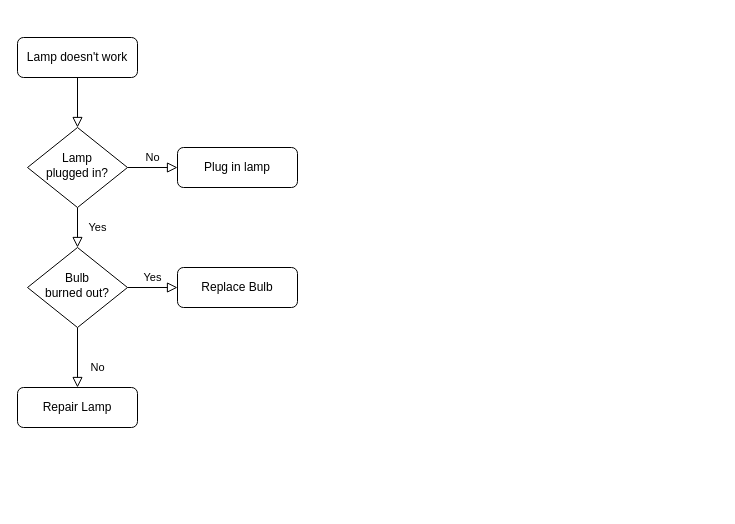
Before: lua51.drawio in wgy8283335/goluar, a draw.io diagram. Source tidied: cells renumbered, new cells numbered last; positions are measured from the earlier drawing's top-left corner, leaving out a move shared by most shapes. Both pictures are drawn from the tidied source at 100%, with x=0, y=0 at pixel (17, 37).
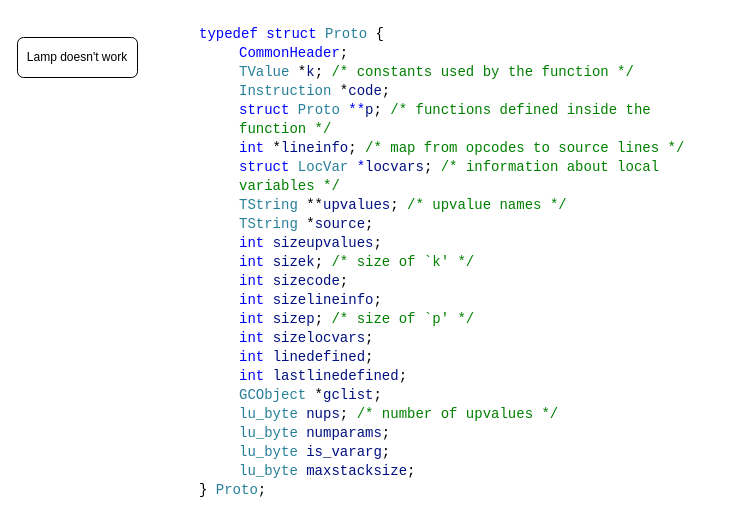
The same diagram, later.

What changed in the source:
```diff
@@
 <mxGraphModel>
   <root>
     <mxCell id="0" />
     <mxCell id="1" parent="0" />
-    <mxCell id="2" style="rounded=0;html=1;jettySize=auto;fontSize=11;endArrow=block;endFill=0;endSize=8;strokeWidth=1;shadow=0;labelBackgroundColor=none;edgeStyle=orthogonalEdgeStyle;" parent="1" edge="1" source="3" target="6">
-      <mxGeometry relative="1" as="geometry" />
-    </mxCell>
     <mxCell id="3" value="Lamp doesn't work" style="rounded=1;whiteSpace=wrap;html=1;fontSize=12;glass=0;strokeWidth=1;shadow=0;" parent="1" vertex="1">
       <mxGeometry width="120" height="40" as="geometry" />
     </mxCell>
-    <mxCell id="4" value="Yes" style="rounded=0;html=1;jettySize=auto;fontSize=11;endArrow=block;endFill=0;endSize=8;strokeWidth=1;shadow=0;labelBackgroundColor=none;edgeStyle=orthogonalEdgeStyle;" parent="1" edge="1" source="6" target="10">
-      <mxGeometry y="20" relative="1" as="geometry" />
-    </mxCell>
-    <mxCell id="5" value="No" style="edgeStyle=orthogonalEdgeStyle;rounded=0;html=1;jettySize=auto;fontSize=11;endArrow=block;endFill=0;endSize=8;strokeWidth=1;shadow=0;labelBackgroundColor=none;" parent="1" edge="1" source="6" target="7">
-      <mxGeometry y="10" relative="1" as="geometry" />
-    </mxCell>
-    <mxCell id="6" value="Lamp&lt;br&gt;plugged in?" style="rhombus;whiteSpace=wrap;html=1;shadow=0;fontFamily=Helvetica;fontSize=12;align=center;strokeWidth=1;spacing=6;spacingTop=-4;" parent="1" vertex="1">
-      <mxGeometry x="10" y="90" width="100" height="80" as="geometry" />
-    </mxCell>
-    <mxCell id="7" value="Plug in lamp" style="rounded=1;whiteSpace=wrap;html=1;fontSize=12;glass=0;strokeWidth=1;shadow=0;" parent="1" vertex="1">
-      <mxGeometry x="160" y="110" width="120" height="40" as="geometry" />
-    </mxCell>
-    <mxCell id="8" value="No" style="rounded=0;html=1;jettySize=auto;fontSize=11;endArrow=block;endFill=0;endSize=8;strokeWidth=1;shadow=0;labelBackgroundColor=none;edgeStyle=orthogonalEdgeStyle;" parent="1" edge="1" source="10" target="11">
-      <mxGeometry x="0.33" y="20" relative="1" as="geometry" />
-    </mxCell>
-    <mxCell id="9" value="Yes" style="edgeStyle=orthogonalEdgeStyle;rounded=0;html=1;jettySize=auto;fontSize=11;endArrow=block;endFill=0;endSize=8;strokeWidth=1;shadow=0;labelBackgroundColor=none;" parent="1" edge="1" source="10" target="12">
-      <mxGeometry y="10" relative="1" as="geometry" />
-    </mxCell>
-    <mxCell id="10" value="Bulb&lt;br&gt;burned out?" style="rhombus;whiteSpace=wrap;html=1;shadow=0;fontFamily=Helvetica;fontSize=12;align=center;strokeWidth=1;spacing=6;spacingTop=-4;" parent="1" vertex="1">
-      <mxGeometry x="10" y="210" width="100" height="80" as="geometry" />
-    </mxCell>
-    <mxCell id="11" value="Repair Lamp" style="rounded=1;whiteSpace=wrap;html=1;fontSize=12;glass=0;strokeWidth=1;shadow=0;" parent="1" vertex="1">
-      <mxGeometry y="350" width="120" height="40" as="geometry" />
-    </mxCell>
-    <mxCell id="12" value="Replace Bulb" style="rounded=1;whiteSpace=wrap;html=1;fontSize=12;glass=0;strokeWidth=1;shadow=0;" parent="1" vertex="1">
-      <mxGeometry x="160" y="230" width="120" height="40" as="geometry" />
-    </mxCell>
+    <mxCell id="13" value="&lt;div style=&quot;background-color: rgb(255 , 255 , 255) ; font-family: &amp;#34;droid sans mono&amp;#34; , monospace , monospace , &amp;#34;droid sans fallback&amp;#34; ; font-size: 14px ; line-height: 19px&quot;&gt;&lt;div&gt;&lt;span style=&quot;color: #0000ff&quot;&gt;typedef&lt;/span&gt; &lt;span style=&quot;color: #0000ff&quot;&gt;struct&lt;/span&gt; &lt;span style=&quot;color: #267f99&quot;&gt;Proto&lt;/span&gt; {&lt;/div&gt;&lt;/div&gt;&lt;blockquote style=&quot;margin: 0 0 0 40px ; border: none ; padding: 0px&quot;&gt;&lt;div style=&quot;background-color: rgb(255 , 255 , 255) ; font-family: &amp;#34;droid sans mono&amp;#34; , monospace , monospace , &amp;#34;droid sans fallback&amp;#34; ; font-size: 14px ; line-height: 19px&quot;&gt;&lt;div&gt;&lt;span style=&quot;color: #0000ff&quot;&gt;CommonHeader&lt;/span&gt;;&lt;/div&gt;&lt;/div&gt;&lt;div style=&quot;background-color: rgb(255 , 255 , 255) ; font-family: &amp;#34;droid sans mono&amp;#34; , monospace , monospace , &amp;#34;droid sans fallback&amp;#34; ; font-size: 14px ; line-height: 19px&quot;&gt;&lt;div&gt;&lt;span style=&quot;color: #267f99&quot;&gt;TValue&lt;/span&gt; *&lt;span style=&quot;color: #001080&quot;&gt;k&lt;/span&gt;;&lt;span style=&quot;color: #008000&quot;&gt;  /* constants used by the function */&lt;/span&gt;&lt;/div&gt;&lt;/div&gt;&lt;div style=&quot;background-color: rgb(255 , 255 , 255) ; font-family: &amp;#34;droid sans mono&amp;#34; , monospace , monospace , &amp;#34;droid sans fallback&amp;#34; ; font-size: 14px ; line-height: 19px&quot;&gt;&lt;div&gt;&lt;span style=&quot;color: #267f99&quot;&gt;Instruction&lt;/span&gt; *&lt;span style=&quot;color: #001080&quot;&gt;code&lt;/span&gt;;&lt;/div&gt;&lt;/div&gt;&lt;div style=&quot;background-color: rgb(255 , 255 , 255) ; font-family: &amp;#34;droid sans mono&amp;#34; , monospace , monospace , &amp;#34;droid sans fallback&amp;#34; ; font-size: 14px ; line-height: 19px&quot;&gt;&lt;div&gt;&lt;span style=&quot;color: #0000ff&quot;&gt;struct&lt;/span&gt; &lt;span style=&quot;color: #267f99&quot;&gt;Proto&lt;/span&gt; &lt;span style=&quot;color: #0000ff&quot;&gt;**&lt;/span&gt;&lt;span style=&quot;color: #001080&quot;&gt;p&lt;/span&gt;;&lt;span style=&quot;color: #008000&quot;&gt;  /* functions defined inside the function */&lt;/span&gt;&lt;/div&gt;&lt;/div&gt;&lt;div style=&quot;background-color: rgb(255 , 255 , 255) ; font-family: &amp;#34;droid sans mono&amp;#34; , monospace , monospace , &amp;#34;droid sans fallback&amp;#34; ; font-size: 14px ; line-height: 19px&quot;&gt;&lt;div&gt;&lt;span style=&quot;color: #0000ff&quot;&gt;int&lt;/span&gt; *&lt;span style=&quot;color: #001080&quot;&gt;lineinfo&lt;/span&gt;;&lt;span style=&quot;color: #008000&quot;&gt;  /* map from opcodes to source lines */&lt;/span&gt;&lt;/div&gt;&lt;/div&gt;&lt;div style=&quot;background-color: rgb(255 , 255 , 255) ; font-family: &amp;#34;droid sans mono&amp;#34; , monospace , monospace , &amp;#34;droid sans fallback&amp;#34; ; font-size: 14px ; line-height: 19px&quot;&gt;&lt;div&gt;&lt;span style=&quot;color: #0000ff&quot;&gt;struct&lt;/span&gt; &lt;span style=&quot;color: #267f99&quot;&gt;LocVar&lt;/span&gt; &lt;span style=&quot;color: #0000ff&quot;&gt;*&lt;/span&gt;&lt;span style=&quot;color: #001080&quot;&gt;locvars&lt;/span&gt;;&lt;span style=&quot;color: #008000&quot;&gt;  /* information about local variables */&lt;/span&gt;&lt;/div&gt;&lt;/div&gt;&lt;div style=&quot;background-color: rgb(255 , 255 , 255) ; font-family: &amp;#34;droid sans mono&amp;#34; , monospace , monospace , &amp;#34;droid sans fallback&amp;#34; ; font-size: 14px ; line-height: 19px&quot;&gt;&lt;div&gt;&lt;span style=&quot;color: #267f99&quot;&gt;TString&lt;/span&gt; **&lt;span style=&quot;color: #001080&quot;&gt;upvalues&lt;/span&gt;;&lt;span style=&quot;color: #008000&quot;&gt;  /* upvalue names */&lt;/span&gt;&lt;/div&gt;&lt;/div&gt;&lt;div style=&quot;background-color: rgb(255 , 255 , 255) ; font-family: &amp;#34;droid sans mono&amp;#34; , monospace , monospace , &amp;#34;droid sans fallback&amp;#34; ; font-size: 14px ; line-height: 19px&quot;&gt;&lt;div&gt;&lt;span style=&quot;color: #267f99&quot;&gt;TString&lt;/span&gt;  *&lt;span style=&quot;color: #001080&quot;&gt;source&lt;/span&gt;;&lt;/div&gt;&lt;/div&gt;&lt;div style=&quot;background-color: rgb(255 , 255 , 255) ; font-family: &amp;#34;droid sans mono&amp;#34; , monospace , monospace , &amp;#34;droid sans fallback&amp;#34; ; font-size: 14px ; line-height: 19px&quot;&gt;&lt;div&gt;&lt;span style=&quot;color: #0000ff&quot;&gt;int&lt;/span&gt; &lt;span style=&quot;color: #001080&quot;&gt;sizeupvalues&lt;/span&gt;;&lt;/div&gt;&lt;/div&gt;&lt;div style=&quot;background-color: rgb(255 , 255 , 255) ; font-family: &amp;#34;droid sans mono&amp;#34; , monospace , monospace , &amp;#34;droid sans fallback&amp;#34; ; font-size: 14px ; line-height: 19px&quot;&gt;&lt;div&gt;&lt;span style=&quot;color: #0000ff&quot;&gt;int&lt;/span&gt; &lt;span style=&quot;color: #001080&quot;&gt;sizek&lt;/span&gt;;&lt;span style=&quot;color: #008000&quot;&gt;  /* size of `k' */&lt;/span&gt;&lt;/div&gt;&lt;/div&gt;&lt;div style=&quot;background-color: rgb(255 , 255 , 255) ; font-family: &amp;#34;droid sans mono&amp;#34; , monospace , monospace , &amp;#34;droid sans fallback&amp;#34; ; font-size: 14px ; line-height: 19px&quot;&gt;&lt;div&gt;&lt;span style=&quot;color: #0000ff&quot;&gt;int&lt;/span&gt; &lt;span style=&quot;color: #001080&quot;&gt;sizecode&lt;/span&gt;;&lt;/div&gt;&lt;/div&gt;&lt;div style=&quot;background-color: rgb(255 , 255 , 255) ; font-family: &amp;#34;droid sans mono&amp;#34; , monospace , monospace , &amp;#34;droid sans fallback&amp;#34; ; font-size: 14px ; line-height: 19px&quot;&gt;&lt;div&gt;&lt;span style=&quot;color: #0000ff&quot;&gt;int&lt;/span&gt; &lt;span style=&quot;color: #001080&quot;&gt;sizelineinfo&lt;/span&gt;;&lt;/div&gt;&lt;/div&gt;&lt;div style=&quot;background-color: rgb(255 , 255 , 255) ; font-family: &amp;#34;droid sans mono&amp;#34; , monospace , monospace , &amp;#34;droid sans fallback&amp;#34; ; font-size: 14px ; line-height: 19px&quot;&gt;&lt;div&gt;&lt;span style=&quot;color: #0000ff&quot;&gt;int&lt;/span&gt; &lt;span style=&quot;color: #001080&quot;&gt;sizep&lt;/span&gt;;&lt;span style=&quot;color: #008000&quot;&gt;  /* size of `p' */&lt;/span&gt;&lt;/div&gt;&lt;/div&gt;&lt;div style=&quot;background-color: rgb(255 , 255 , 255) ; font-family: &amp;#34;droid sans mono&amp;#34; , monospace , monospace , &amp;#34;droid sans fallback&amp;#34; ; font-size: 14px ; line-height: 19px&quot;&gt;&lt;div&gt;&lt;span style=&quot;color: #0000ff&quot;&gt;int&lt;/span&gt; &lt;span style=&quot;color: #001080&quot;&gt;sizelocvars&lt;/span&gt;;&lt;/div&gt;&lt;/div&gt;&lt;div style=&quot;background-color: rgb(255 , 255 , 255) ; font-family: &amp;#34;droid sans mono&amp;#34; , monospace , monospace , &amp;#34;droid sans fallback&amp;#34; ; font-size: 14px ; line-height: 19px&quot;&gt;&lt;div&gt;&lt;span style=&quot;color: #0000ff&quot;&gt;int&lt;/span&gt; &lt;span style=&quot;color: #001080&quot;&gt;linedefined&lt;/span&gt;;&lt;/div&gt;&lt;/div&gt;&lt;div style=&quot;background-color: rgb(255 , 255 , 255) ; font-family: &amp;#34;droid sans mono&amp;#34; , monospace , monospace , &amp;#34;droid sans fallback&amp;#34; ; font-size: 14px ; line-height: 19px&quot;&gt;&lt;div&gt;&lt;span style=&quot;color: #0000ff&quot;&gt;int&lt;/span&gt; &lt;span style=&quot;color: #001080&quot;&gt;lastlinedefined&lt;/span&gt;;&lt;/div&gt;&lt;/div&gt;&lt;div style=&quot;background-color: rgb(255 , 255 , 255) ; font-family: &amp;#34;droid sans mono&amp;#34; , monospace , monospace , &amp;#34;droid sans fallback&amp;#34; ; font-size: 14px ; line-height: 19px&quot;&gt;&lt;div&gt;&lt;span style=&quot;color: #267f99&quot;&gt;GCObject&lt;/span&gt; *&lt;span style=&quot;color: #001080&quot;&gt;gclist&lt;/span&gt;;&lt;/div&gt;&lt;/div&gt;&lt;div style=&quot;background-color: rgb(255 , 255 , 255) ; font-family: &amp;#34;droid sans mono&amp;#34; , monospace , monospace , &amp;#34;droid sans fallback&amp;#34; ; font-size: 14px ; line-height: 19px&quot;&gt;&lt;div&gt;&lt;span style=&quot;color: #267f99&quot;&gt;lu_byte&lt;/span&gt; &lt;span style=&quot;color: #001080&quot;&gt;nups&lt;/span&gt;;&lt;span style=&quot;color: #008000&quot;&gt;  /* number of upvalues */&lt;/span&gt;&lt;/div&gt;&lt;/div&gt;&lt;div style=&quot;background-color: rgb(255 , 255 , 255) ; font-family: &amp;#34;droid sans mono&amp;#34; , monospace , monospace , &amp;#34;droid sans fallback&amp;#34; ; font-size: 14px ; line-height: 19px&quot;&gt;&lt;div&gt;&lt;span style=&quot;color: #267f99&quot;&gt;lu_byte&lt;/span&gt; &lt;span style=&quot;color: #001080&quot;&gt;numparams&lt;/span&gt;;&lt;/div&gt;&lt;/div&gt;&lt;div style=&quot;background-color: rgb(255 , 255 , 255) ; font-family: &amp;#34;droid sans mono&amp;#34; , monospace , monospace , &amp;#34;droid sans fallback&amp;#34; ; font-size: 14px ; line-height: 19px&quot;&gt;&lt;div&gt;&lt;span style=&quot;color: #267f99&quot;&gt;lu_byte&lt;/span&gt; &lt;span style=&quot;color: #001080&quot;&gt;is_vararg&lt;/span&gt;;&lt;/div&gt;&lt;/div&gt;&lt;div style=&quot;background-color: rgb(255 , 255 , 255) ; font-family: &amp;#34;droid sans mono&amp;#34; , monospace , monospace , &amp;#34;droid sans fallback&amp;#34; ; font-size: 14px ; line-height: 19px&quot;&gt;&lt;div&gt;&lt;span style=&quot;color: #267f99&quot;&gt;lu_byte&lt;/span&gt; &lt;span style=&quot;color: #001080&quot;&gt;maxstacksize&lt;/span&gt;;&lt;/div&gt;&lt;/div&gt;&lt;/blockquote&gt;&lt;div style=&quot;background-color: rgb(255 , 255 , 255) ; font-family: &amp;#34;droid sans mono&amp;#34; , monospace , monospace , &amp;#34;droid sans fallback&amp;#34; ; font-size: 14px ; line-height: 19px&quot;&gt;&lt;div&gt;} &lt;span style=&quot;color: #267f99&quot;&gt;Proto&lt;/span&gt;;&lt;/div&gt;&lt;/div&gt;" style="text;html=1;strokeColor=none;fillColor=none;align=left;verticalAlign=middle;whiteSpace=wrap;rounded=0;" parent="1" vertex="1">
+      <mxGeometry x="180" y="-20" width="520" height="490" as="geometry" />
+    </mxCell>
   </root>
 </mxGraphModel>
```
